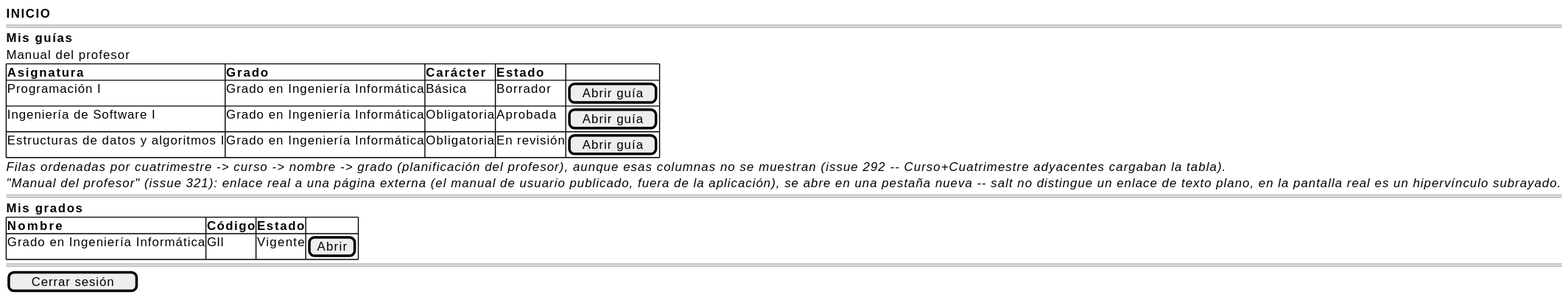
The PlantUML diagram images/RUP/01-requisitos/03-detalle-casos-uso/abrirInicio/wireframe.svg in mmasias/pyCeldaPublico, before a commit.
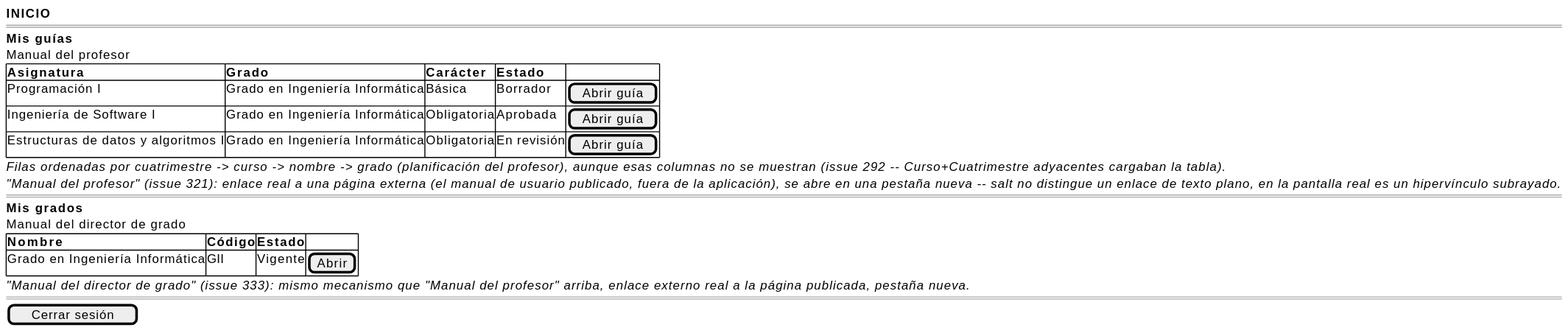
Above is the later version.

What changed in the source:
```diff
@@ -14,10 +14,12 @@
     <i>"Manual del profesor" (issue 321): enlace real a una página externa (el manual de usuario publicado, fuera de la aplicación), se abre en una pestaña nueva -- salt no distingue un enlace de texto plano, en la pantalla real es un hipervínculo subrayado.</i>
     ====
     <b>Mis grados</b>
+    Manual del director de grado
     {#
     <b>Nombre                          | <b>Código | <b>Estado | .
     Grado en Ingeniería Informática    | GII      | Vigente   | [Abrir]
     }
+    <i>"Manual del director de grado" (issue 333): mismo mecanismo que "Manual del profesor" arriba, enlace externo real a la página publicada, pestaña nueva.</i>
     ====
     [ Cerrar sesión ]
 }
```
